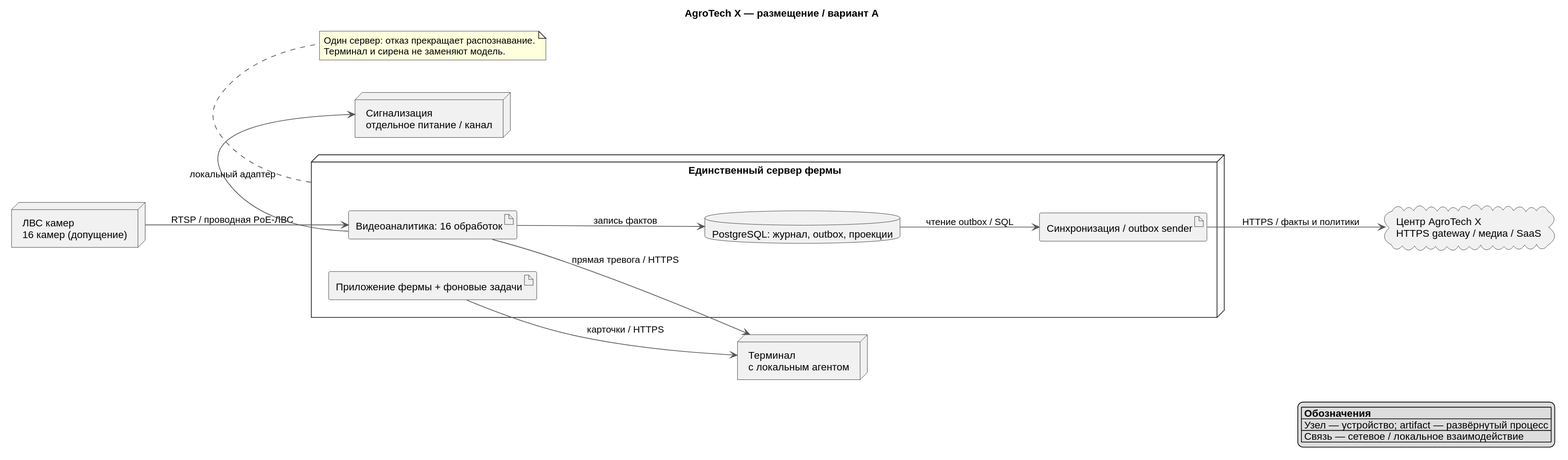
rozhkovsvyat/MSA-AgroTech keeps this PlantUML diagram as Task1/diagrams/deployment-a.svg. Above is the earlier version. Its diagram source:
```plantuml
@startuml
skinparam defaultFontName Arial
skinparam dpi 110
skinparam shadowing false
skinparam classBackgroundColor #85BBF0
skinparam classBorderColor #1168BD
skinparam ArrowColor #555555
skinparam nodesep 45
skinparam ranksep 70
hide empty members
title AgroTech X — размещение / вариант А

left to right direction
node "ЛВС камер\n16 камер (допущение)" as cams
node "Единственный сервер фермы" as pool {
 artifact "Видеоаналитика: 16 обработок" as video
 artifact "Приложение фермы + фоновые задачи" as app
 artifact "Синхронизация / outbox sender" as sync
 database "PostgreSQL: журнал, outbox, проекции" as log
}
node "Терминал\nс локальным агентом" as term
node "Сигнализация\nотдельное питание / канал" as sound
cloud "Центр AgroTech X\nHTTPS gateway / медиа / SaaS" as center
cams --> video : RTSP / проводная PoE-ЛВС
video -down-> term : прямая тревога / HTTPS
video -right-> sound : локальный адаптер
video --> log : запись фактов
app -down-> term : карточки / HTTPS
log --> sync : чтение outbox / SQL
sync --> center : HTTPS / факты и политики
note bottom of pool
Один сервер: отказ прекращает распознавание.
Терминал и сирена не заменяют модель.
end note

legend right
|= Обозначения |
| Узел — устройство; artifact — развёрнутый процесс |
| Связь — сетевое / локальное взаимодействие |
endlegend
@enduml
```
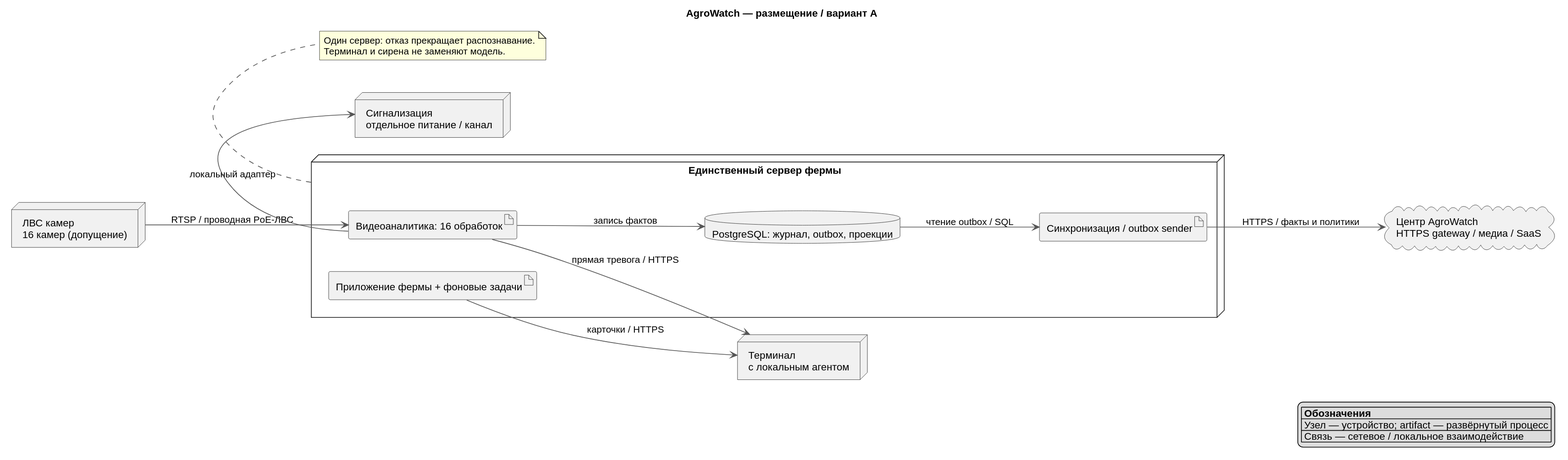
After the commit.

What changed in the source:
```diff
@@ -8,7 +8,7 @@
 skinparam nodesep 45
 skinparam ranksep 70
 hide empty members
-title AgroTech X — размещение / вариант А
+title AgroWatch — размещение / вариант А
 
 left to right direction
 node "ЛВС камер\n16 камер (допущение)" as cams
@@ -20,7 +20,7 @@
 }
 node "Терминал\nс локальным агентом" as term
 node "Сигнализация\nотдельное питание / канал" as sound
-cloud "Центр AgroTech X\nHTTPS gateway / медиа / SaaS" as center
+cloud "Центр AgroWatch\nHTTPS gateway / медиа / SaaS" as center
 cams --> video : RTSP / проводная PoE-ЛВС
 video -down-> term : прямая тревога / HTTPS
 video -right-> sound : локальный адаптер
```
